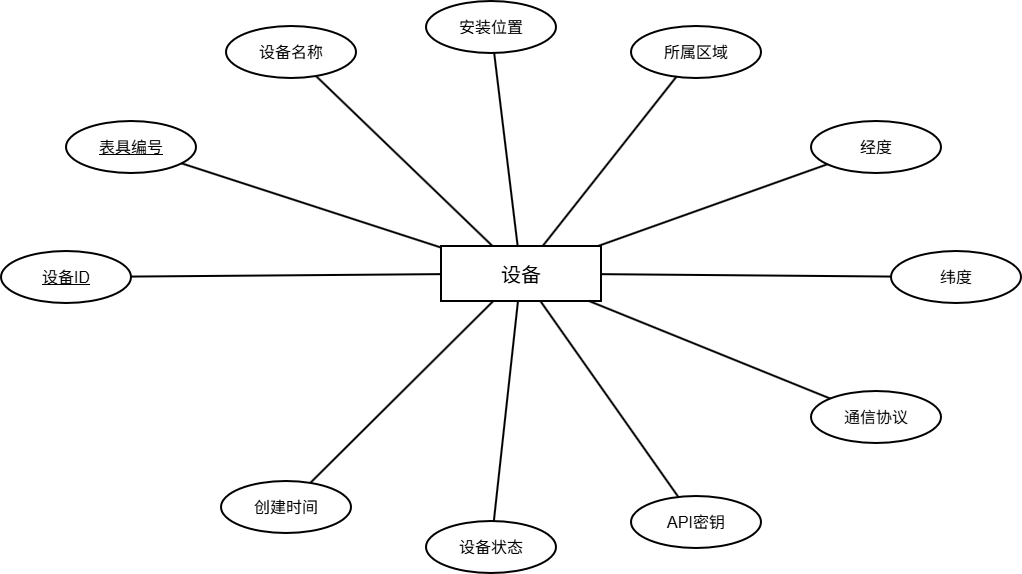
Above: pictures_drawio/设备E-R图.drawio.png in solisW/my_thesis_system (draw.io), before the change. Source tidied: cells renumbered, new cells last; positions are measured from the earlier drawing's top-left corner, leaving out a move shared by most shapes.
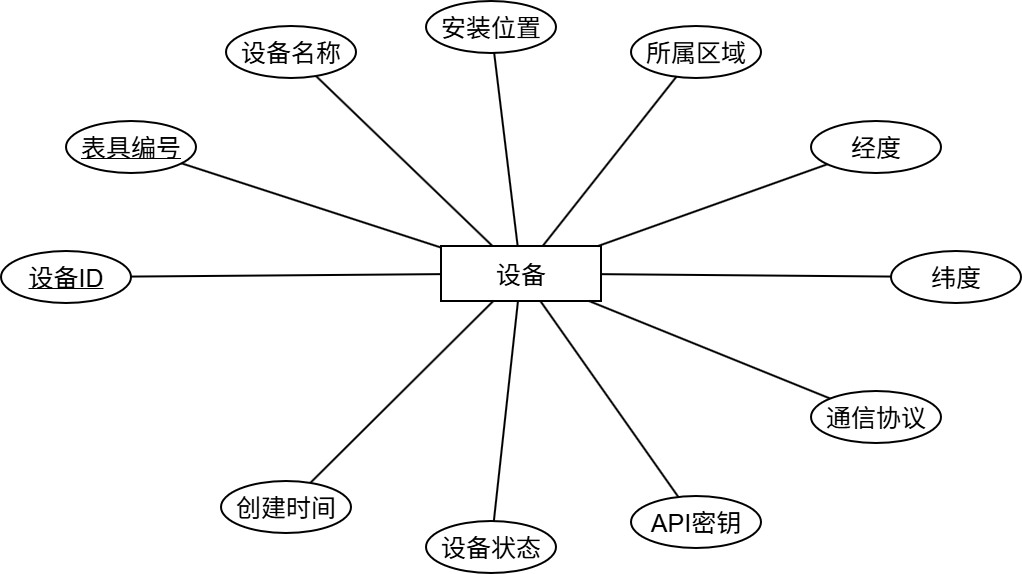
Later version of the same file.

Change to the diagram source:
```diff
@@ -2,70 +2,70 @@
   <root>
     <mxCell id="0" />
     <mxCell id="1" parent="0" />
-    <mxCell id="2" value="设备" style="rounded=0;whiteSpace=wrap;html=1;fillColor=#ffffff;strokeColor=#000000;strokeWidth=2;fontSize=20;" parent="1" vertex="1">
+    <mxCell id="2" value="&lt;font style=&quot;font-size: 25px;&quot;&gt;设备&lt;/font&gt;" style="rounded=0;whiteSpace=wrap;html=1;fillColor=#ffffff;strokeColor=#000000;strokeWidth=2;fontSize=20;" parent="1" vertex="1">
       <mxGeometry x="440" y="245" width="160" height="55" as="geometry" />
     </mxCell>
-    <mxCell id="3" value="&lt;u&gt;设备ID&lt;/u&gt;" style="ellipse;whiteSpace=wrap;html=1;fillColor=#ffffff;strokeColor=#000000;strokeWidth=2;fontSize=16;" parent="1" vertex="1">
+    <mxCell id="3" value="&lt;u&gt;&lt;font style=&quot;font-size: 25px;&quot;&gt;设备ID&lt;/font&gt;&lt;/u&gt;" style="ellipse;whiteSpace=wrap;html=1;fillColor=#ffffff;strokeColor=#000000;strokeWidth=2;fontSize=16;" parent="1" vertex="1">
       <mxGeometry y="250" width="130" height="52" as="geometry" />
     </mxCell>
     <mxCell id="4" style="endArrow=none;html=1;rounded=0;strokeWidth=2;fontSize=14;" parent="1" edge="1" source="2" target="3">
       <mxGeometry relative="1" as="geometry" />
     </mxCell>
-    <mxCell id="5" value="&lt;u&gt;表具编号&lt;/u&gt;" style="ellipse;whiteSpace=wrap;html=1;fillColor=#ffffff;strokeColor=#000000;strokeWidth=2;fontSize=16;" parent="1" vertex="1">
+    <mxCell id="5" value="&lt;u&gt;&lt;font style=&quot;font-size: 25px;&quot;&gt;表具编号&lt;/font&gt;&lt;/u&gt;" style="ellipse;whiteSpace=wrap;html=1;fillColor=#ffffff;strokeColor=#000000;strokeWidth=2;fontSize=16;" parent="1" vertex="1">
       <mxGeometry x="65" y="120" width="130" height="52" as="geometry" />
     </mxCell>
     <mxCell id="6" style="endArrow=none;html=1;rounded=0;strokeWidth=2;fontSize=14;" parent="1" edge="1" source="2" target="5">
       <mxGeometry relative="1" as="geometry" />
     </mxCell>
-    <mxCell id="7" value="设备名称" style="ellipse;whiteSpace=wrap;html=1;fillColor=#ffffff;strokeColor=#000000;strokeWidth=2;fontSize=16;" parent="1" vertex="1">
+    <mxCell id="7" value="&lt;font style=&quot;font-size: 25px;&quot;&gt;设备名称&lt;/font&gt;" style="ellipse;whiteSpace=wrap;html=1;fillColor=#ffffff;strokeColor=#000000;strokeWidth=2;fontSize=16;" parent="1" vertex="1">
       <mxGeometry x="225" y="25" width="130" height="52" as="geometry" />
     </mxCell>
     <mxCell id="8" style="endArrow=none;html=1;rounded=0;strokeWidth=2;fontSize=14;" parent="1" edge="1" source="2" target="7">
       <mxGeometry relative="1" as="geometry" />
     </mxCell>
-    <mxCell id="9" value="安装位置" style="ellipse;whiteSpace=wrap;html=1;fillColor=#ffffff;strokeColor=#000000;strokeWidth=2;fontSize=16;" parent="1" vertex="1">
+    <mxCell id="9" value="&lt;font style=&quot;font-size: 25px;&quot;&gt;安装位置&lt;/font&gt;" style="ellipse;whiteSpace=wrap;html=1;fillColor=#ffffff;strokeColor=#000000;strokeWidth=2;fontSize=16;" parent="1" vertex="1">
       <mxGeometry x="425" width="130" height="52" as="geometry" />
     </mxCell>
     <mxCell id="10" style="endArrow=none;html=1;rounded=0;strokeWidth=2;fontSize=14;" parent="1" edge="1" source="2" target="9">
       <mxGeometry relative="1" as="geometry" />
     </mxCell>
-    <mxCell id="11" value="所属区域" style="ellipse;whiteSpace=wrap;html=1;fillColor=#ffffff;strokeColor=#000000;strokeWidth=2;fontSize=16;" parent="1" vertex="1">
+    <mxCell id="11" value="&lt;font style=&quot;font-size: 25px;&quot;&gt;所属区域&lt;/font&gt;" style="ellipse;whiteSpace=wrap;html=1;fillColor=#ffffff;strokeColor=#000000;strokeWidth=2;fontSize=16;" parent="1" vertex="1">
       <mxGeometry x="630" y="25" width="130" height="52" as="geometry" />
     </mxCell>
     <mxCell id="12" style="endArrow=none;html=1;rounded=0;strokeWidth=2;fontSize=14;" parent="1" edge="1" source="2" target="11">
       <mxGeometry relative="1" as="geometry" />
     </mxCell>
-    <mxCell id="13" value="经度" style="ellipse;whiteSpace=wrap;html=1;fillColor=#ffffff;strokeColor=#000000;strokeWidth=2;fontSize=16;" parent="1" vertex="1">
+    <mxCell id="13" value="&lt;font style=&quot;font-size: 25px;&quot;&gt;经度&lt;/font&gt;" style="ellipse;whiteSpace=wrap;html=1;fillColor=#ffffff;strokeColor=#000000;strokeWidth=2;fontSize=16;" parent="1" vertex="1">
       <mxGeometry x="810" y="120" width="130" height="52" as="geometry" />
     </mxCell>
     <mxCell id="14" style="endArrow=none;html=1;rounded=0;strokeWidth=2;fontSize=14;" parent="1" edge="1" source="2" target="13">
       <mxGeometry relative="1" as="geometry" />
     </mxCell>
-    <mxCell id="15" value="纬度" style="ellipse;whiteSpace=wrap;html=1;fillColor=#ffffff;strokeColor=#000000;strokeWidth=2;fontSize=16;" parent="1" vertex="1">
+    <mxCell id="15" value="&lt;font style=&quot;font-size: 25px;&quot;&gt;纬度&lt;/font&gt;" style="ellipse;whiteSpace=wrap;html=1;fillColor=#ffffff;strokeColor=#000000;strokeWidth=2;fontSize=16;" parent="1" vertex="1">
       <mxGeometry x="890" y="250" width="130" height="52" as="geometry" />
     </mxCell>
     <mxCell id="16" style="endArrow=none;html=1;rounded=0;strokeWidth=2;fontSize=14;" parent="1" edge="1" source="2" target="15">
       <mxGeometry relative="1" as="geometry" />
     </mxCell>
-    <mxCell id="17" value="通信协议" style="ellipse;whiteSpace=wrap;html=1;fillColor=#ffffff;strokeColor=#000000;strokeWidth=2;fontSize=16;" parent="1" vertex="1">
+    <mxCell id="17" value="&lt;font style=&quot;font-size: 25px;&quot;&gt;通信协议&lt;/font&gt;" style="ellipse;whiteSpace=wrap;html=1;fillColor=#ffffff;strokeColor=#000000;strokeWidth=2;fontSize=16;" parent="1" vertex="1">
       <mxGeometry x="810" y="390" width="130" height="52" as="geometry" />
     </mxCell>
     <mxCell id="18" style="endArrow=none;html=1;rounded=0;strokeWidth=2;fontSize=14;" parent="1" edge="1" source="2" target="17">
       <mxGeometry relative="1" as="geometry" />
     </mxCell>
-    <mxCell id="19" value="API密钥" style="ellipse;whiteSpace=wrap;html=1;fillColor=#ffffff;strokeColor=#000000;strokeWidth=2;fontSize=16;" parent="1" vertex="1">
+    <mxCell id="19" value="&lt;font style=&quot;font-size: 25px;&quot;&gt;API密钥&lt;/font&gt;" style="ellipse;whiteSpace=wrap;html=1;fillColor=#ffffff;strokeColor=#000000;strokeWidth=2;fontSize=16;" parent="1" vertex="1">
       <mxGeometry x="630" y="495" width="130" height="52" as="geometry" />
     </mxCell>
     <mxCell id="20" style="endArrow=none;html=1;rounded=0;strokeWidth=2;fontSize=14;" parent="1" edge="1" source="2" target="19">
       <mxGeometry relative="1" as="geometry" />
     </mxCell>
-    <mxCell id="21" value="设备状态" style="ellipse;whiteSpace=wrap;html=1;fillColor=#ffffff;strokeColor=#000000;strokeWidth=2;fontSize=16;" parent="1" vertex="1">
+    <mxCell id="21" value="&lt;font style=&quot;font-size: 25px;&quot;&gt;设备状态&lt;/font&gt;" style="ellipse;whiteSpace=wrap;html=1;fillColor=#ffffff;strokeColor=#000000;strokeWidth=2;fontSize=16;" parent="1" vertex="1">
       <mxGeometry x="425" y="520" width="130" height="52" as="geometry" />
     </mxCell>
     <mxCell id="22" style="endArrow=none;html=1;rounded=0;strokeWidth=2;fontSize=14;" parent="1" edge="1" source="2" target="21">
       <mxGeometry relative="1" as="geometry" />
     </mxCell>
-    <mxCell id="23" value="创建时间" style="ellipse;whiteSpace=wrap;html=1;fillColor=#ffffff;strokeColor=#000000;strokeWidth=2;fontSize=16;" parent="1" vertex="1">
+    <mxCell id="23" value="&lt;font style=&quot;font-size: 25px;&quot;&gt;创建时间&lt;/font&gt;" style="ellipse;whiteSpace=wrap;html=1;fillColor=#ffffff;strokeColor=#000000;strokeWidth=2;fontSize=16;" parent="1" vertex="1">
       <mxGeometry x="220" y="480" width="130" height="52" as="geometry" />
     </mxCell>
     <mxCell id="24" style="endArrow=none;html=1;rounded=0;strokeWidth=2;fontSize=14;" parent="1" edge="1" source="2" target="23">
```
